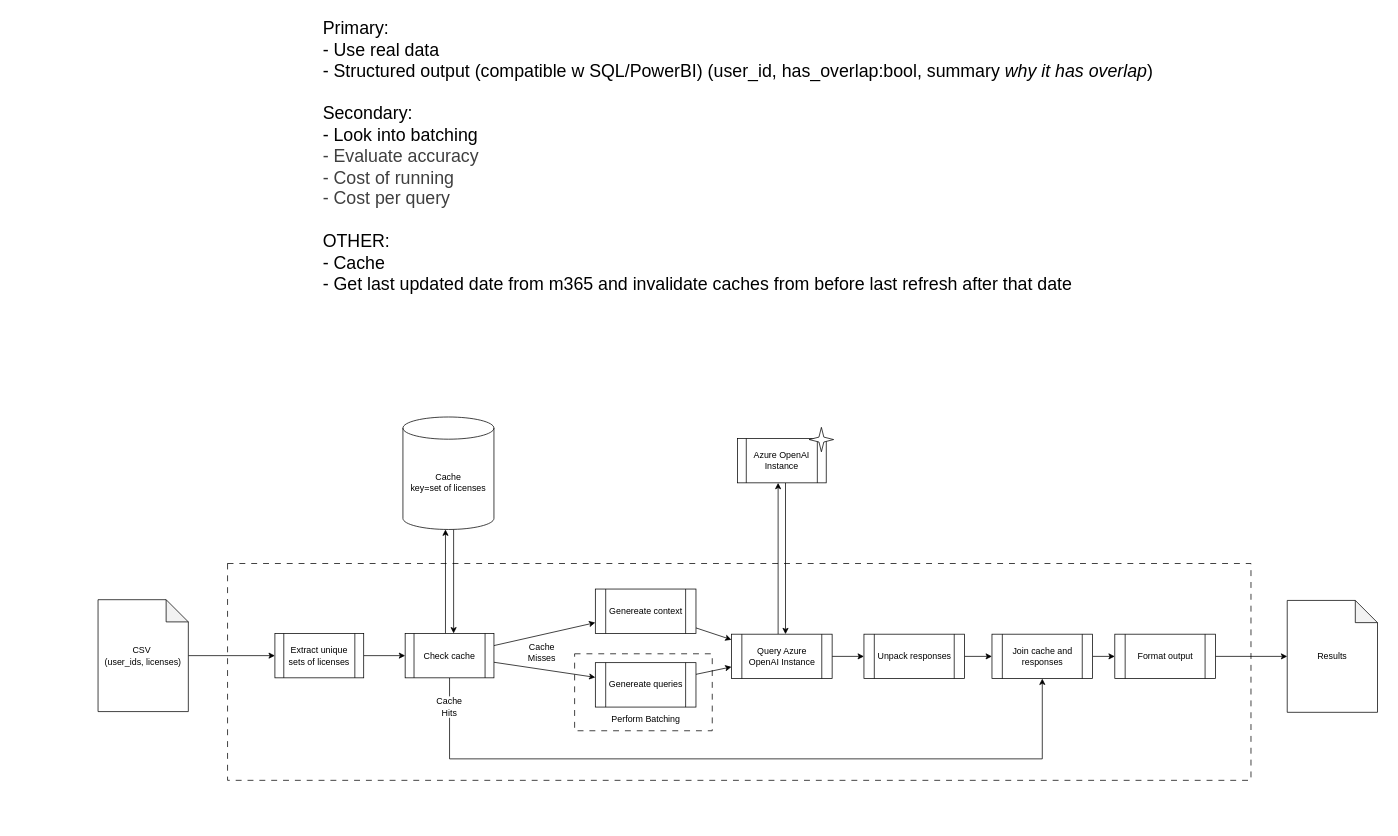
Earlier version of the draw.io diagram v5/architecture.drawio (isaakchoi/m365-license-optimiser). Source tidied: cells renumbered, new cells numbered last; positions are measured from the earlier drawing's top-left corner, leaving out a move shared by most shapes. Both pictures are drawn from the tidied source at 74%, with x=0, y=0 at pixel (98, 13).
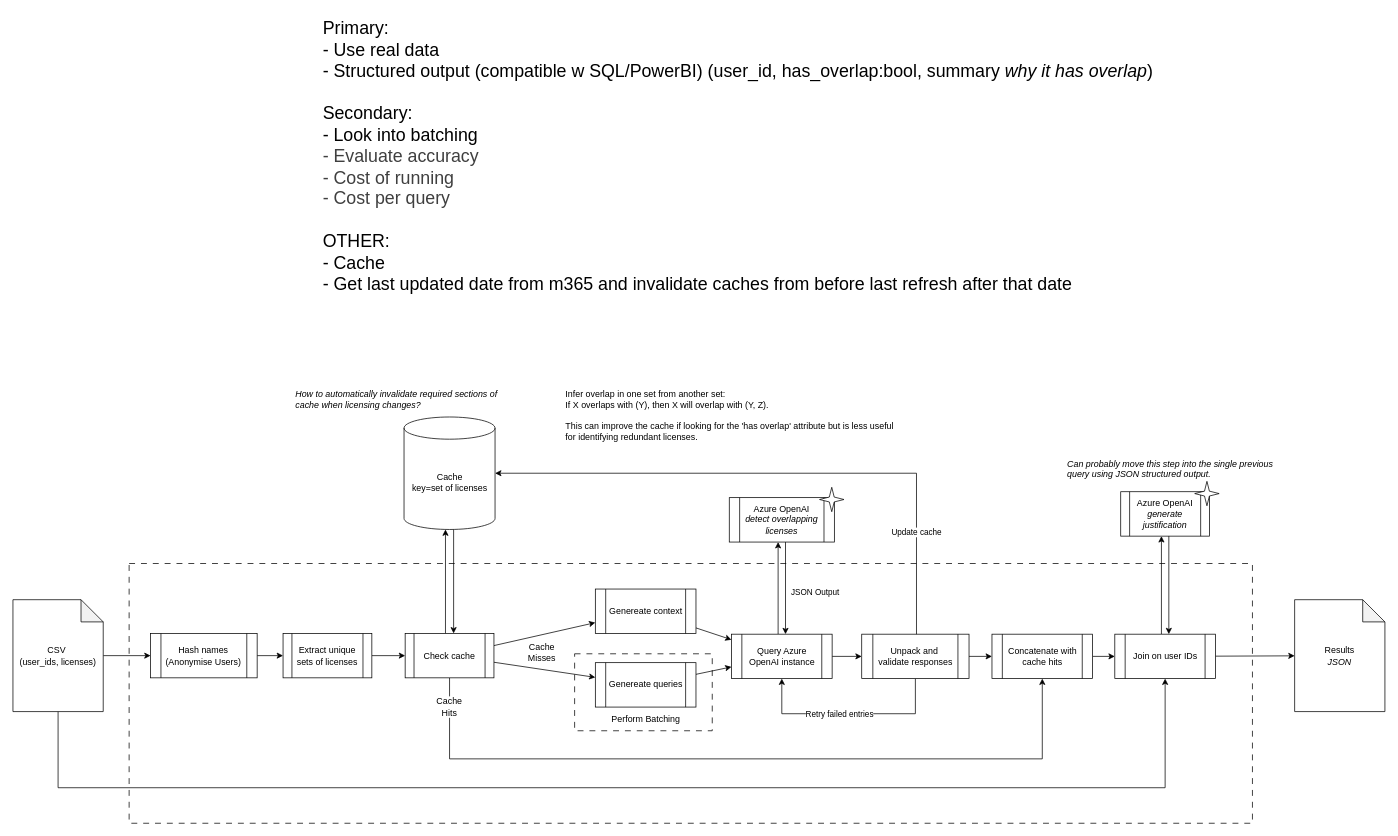
The same page after the edit.

Commit message (it also covers changes not shown here):
Update architecture + logging

What changed in the source:
```diff
@@
     <mxCell id="2" style="rounded=0;whiteSpace=wrap;html=1;dashed=1;dashPattern=8 8;" parent="1" vertex="1">
-      <mxGeometry x="175" y="744" width="1383" height="293" as="geometry" />
+      <mxGeometry x="42" y="744" width="1518" height="351" as="geometry" />
     </mxCell>
@@
-    <mxCell id="5" style="edgeStyle=none;html=1;" parent="1" edge="1" source="6" target="8">
-      <mxGeometry relative="1" as="geometry" />
-    </mxCell>
+    <mxCell id="36" style="edgeStyle=orthogonalEdgeStyle;html=1;entryX=0.5;entryY=1;entryDx=0;entryDy=0;rounded=0;curved=0;" parent="1" edge="1" source="6" target="34">
+      <mxGeometry relative="1" as="geometry">
+        <Array as="points">
+          <mxPoint x="-54" y="1047" />
+          <mxPoint x="1442" y="1047" />
+        </Array>
+      </mxGeometry>
+    </mxCell>
+    <mxCell id="37" style="edgeStyle=none;html=1;" parent="1" edge="1" source="6" target="52">
+      <mxGeometry relative="1" as="geometry" />
+    </mxCell>
     <mxCell id="6" value="CSV&amp;nbsp;&lt;div&gt;(user_ids, licenses)&lt;/div&gt;" style="shape=note;whiteSpace=wrap;html=1;backgroundOutline=1;darkOpacity=0.05;" parent="1" vertex="1">
-      <mxGeometry y="792.9" width="122" height="151.2" as="geometry" />
+      <mxGeometry x="-115" y="792.9" width="122" height="151.2" as="geometry" />
     </mxCell>
@@
     <mxCell id="8" value="Extract unique sets of licenses" style="shape=process;whiteSpace=wrap;html=1;backgroundOutline=1;" parent="1" vertex="1">
-      <mxGeometry x="239" y="838.5" width="120" height="60" as="geometry" />
+      <mxGeometry x="250" y="838.5" width="120" height="60" as="geometry" />
     </mxCell>
@@
     <mxCell id="10" value="Cache&lt;br&gt;key=set of licenses" style="shape=cylinder3;whiteSpace=wrap;html=1;boundedLbl=1;backgroundOutline=1;size=15;" parent="1" vertex="1">
-      <mxGeometry x="412" y="546" width="123" height="152" as="geometry" />
+      <mxGeometry x="413.5" y="546" width="123" height="152" as="geometry" />
     </mxCell>
@@
-    <mxCell id="14" style="edgeStyle=none;html=1;" parent="1" edge="1">
-      <mxGeometry relative="1" as="geometry">
-        <mxPoint x="919" y="839.5" as="sourcePoint" />
-        <mxPoint x="919" y="635" as="targetPoint" />
-      </mxGeometry>
-    </mxCell>
@@
+    <mxCell id="38" style="edgeStyle=none;html=1;entryX=0.5;entryY=1;entryDx=0;entryDy=0;" parent="1" edge="1">
+      <mxGeometry relative="1" as="geometry">
+        <mxPoint x="919" y="839.5" as="sourcePoint" />
+        <mxPoint x="919" y="715" as="targetPoint" />
+      </mxGeometry>
+    </mxCell>
-    <mxCell id="16" value="Query Azure OpenAI Instance" style="shape=process;whiteSpace=wrap;html=1;backgroundOutline=1;" parent="1" vertex="1">
+    <mxCell id="16" value="Query Azure OpenAI instance" style="shape=process;whiteSpace=wrap;html=1;backgroundOutline=1;" parent="1" vertex="1">
       <mxGeometry x="856" y="839.5" width="136" height="60" as="geometry" />
     </mxCell>
-    <mxCell id="17" style="edgeStyle=none;html=1;" parent="1" edge="1">
-      <mxGeometry relative="1" as="geometry">
-        <mxPoint x="929" y="635" as="sourcePoint" />
-        <mxPoint x="929" y="839.5" as="targetPoint" />
-      </mxGeometry>
-    </mxCell>
-    <mxCell id="18" value="Azure OpenAI Instance" style="shape=process;whiteSpace=wrap;html=1;backgroundOutline=1;" parent="1" vertex="1">
-      <mxGeometry x="864" y="575" width="120" height="60" as="geometry" />
-    </mxCell>
+    <mxCell id="39" style="edgeStyle=none;html=1;" parent="1" edge="1">
+      <mxGeometry relative="1" as="geometry">
+        <mxPoint x="929" y="715" as="sourcePoint" />
+        <mxPoint x="929" y="839.5" as="targetPoint" />
+      </mxGeometry>
+    </mxCell>
@@
-    <mxCell id="21" style="verticalLabelPosition=bottom;verticalAlign=top;html=1;shape=mxgraph.basic.4_point_star_2;dx=0.8;" parent="1" vertex="1">
-      <mxGeometry x="961" y="560" width="33" height="33" as="geometry" />
-    </mxCell>
@@
+    <mxCell id="40" style="edgeStyle=orthogonalEdgeStyle;html=1;rounded=0;" parent="1" edge="1" source="23" target="16">
+      <mxGeometry relative="1" as="geometry">
+        <Array as="points">
+          <mxPoint x="1105" y="947" />
+          <mxPoint x="924" y="947" />
+        </Array>
+      </mxGeometry>
+    </mxCell>
+    <mxCell id="41" value="Retry failed entries" style="edgeLabel;html=1;align=center;verticalAlign=middle;" parent="40" vertex="1">
+      <mxGeometry x="0.09" relative="1" as="geometry">
+        <mxPoint x="-1" as="offset" />
+      </mxGeometry>
+    </mxCell>
-    <mxCell id="23" value="Unpack responses" style="shape=process;whiteSpace=wrap;html=1;backgroundOutline=1;" parent="1" vertex="1">
-      <mxGeometry x="1035" y="839.5" width="136" height="60" as="geometry" />
+    <mxCell id="23" value="Unpack and&amp;nbsp;&lt;div&gt;validate responses&lt;/div&gt;" style="shape=process;whiteSpace=wrap;html=1;backgroundOutline=1;" parent="1" vertex="1">
+      <mxGeometry x="1032" y="839.5" width="145" height="60" as="geometry" />
     </mxCell>
@@
-    <mxCell id="30" value="Join cache and responses" style="shape=process;whiteSpace=wrap;html=1;backgroundOutline=1;" parent="1" vertex="1">
+    <mxCell id="30" value="Concatenate with cache hits" style="shape=process;whiteSpace=wrap;html=1;backgroundOutline=1;" parent="1" vertex="1">
       <mxGeometry x="1208" y="839.5" width="136" height="60" as="geometry" />
     </mxCell>
@@
+    <mxCell id="42" style="edgeStyle=none;html=1;" parent="1" edge="1">
+      <mxGeometry relative="1" as="geometry">
+        <mxPoint x="1437" y="839.5" as="sourcePoint" />
+        <mxPoint x="1437" y="707" as="targetPoint" />
+      </mxGeometry>
+    </mxCell>
@@
-    <mxCell id="34" value="Format output" style="shape=process;whiteSpace=wrap;html=1;backgroundOutline=1;" parent="1" vertex="1">
+    <mxCell id="34" value="Join on user IDs" style="shape=process;whiteSpace=wrap;html=1;backgroundOutline=1;" parent="1" vertex="1">
       <mxGeometry x="1374" y="839.5" width="136" height="60" as="geometry" />
     </mxCell>
-    <mxCell id="35" value="Results" style="shape=note;whiteSpace=wrap;html=1;backgroundOutline=1;darkOpacity=0.05;" parent="1" vertex="1">
-      <mxGeometry x="1607" y="793.9" width="122" height="151.2" as="geometry" />
+    <mxCell id="35" value="Results&lt;div&gt;&lt;i&gt;JSON&lt;/i&gt;&lt;/div&gt;" style="shape=note;whiteSpace=wrap;html=1;backgroundOutline=1;darkOpacity=0.05;" parent="1" vertex="1">
+      <mxGeometry x="1617" y="792.9" width="122" height="151.2" as="geometry" />
     </mxCell>
+    <mxCell id="43" style="edgeStyle=orthogonalEdgeStyle;html=1;entryX=1;entryY=0.5;entryDx=0;entryDy=0;entryPerimeter=0;rounded=0;" parent="1" edge="1" source="23" target="10">
+      <mxGeometry relative="1" as="geometry">
+        <Array as="points">
+          <mxPoint x="1106" y="622" />
+        </Array>
+      </mxGeometry>
+    </mxCell>
+    <mxCell id="44" value="Update cache" style="edgeLabel;html=1;align=center;verticalAlign=middle;" parent="43" vertex="1">
+      <mxGeometry x="-0.65" y="1" relative="1" as="geometry" />
+    </mxCell>
+    <mxCell id="45" style="group;" parent="1" vertex="1">
+      <mxGeometry x="1382" y="633" width="133" height="74" as="geometry" />
+    </mxCell>
+    <mxCell id="46" value="Azure OpenAI&lt;div&gt;&lt;i&gt;generate justification&lt;/i&gt;&lt;/div&gt;" style="shape=process;whiteSpace=wrap;html=1;backgroundOutline=1;" parent="45" vertex="1">
+      <mxGeometry y="14" width="120" height="60" as="geometry" />
+    </mxCell>
+    <mxCell id="47" style="verticalLabelPosition=bottom;verticalAlign=top;html=1;shape=mxgraph.basic.4_point_star_2;dx=0.8;" parent="45" vertex="1">
+      <mxGeometry x="100" width="33" height="33" as="geometry" />
+    </mxCell>
+    <mxCell id="48" style="group;" parent="1" vertex="1">
+      <mxGeometry x="875" y="641" width="133" height="74" as="geometry" />
+    </mxCell>
+    <mxCell id="18" value="Azure OpenAI&lt;div&gt;&lt;i&gt;detect overlapping licenses&lt;/i&gt;&lt;/div&gt;" style="shape=process;whiteSpace=wrap;html=1;backgroundOutline=1;" parent="48" vertex="1">
+      <mxGeometry x="-22" y="14" width="142" height="60" as="geometry" />
+    </mxCell>
+    <mxCell id="21" style="verticalLabelPosition=bottom;verticalAlign=top;html=1;shape=mxgraph.basic.4_point_star_2;dx=0.8;" parent="48" vertex="1">
+      <mxGeometry x="100" width="33" height="33" as="geometry" />
+    </mxCell>
+    <mxCell id="49" style="edgeStyle=none;html=1;" parent="1" edge="1">
+      <mxGeometry relative="1" as="geometry">
+        <mxPoint x="1447" y="707" as="sourcePoint" />
+        <mxPoint x="1447" y="839.5" as="targetPoint" />
+      </mxGeometry>
+    </mxCell>
+    <mxCell id="50" value="&lt;span style=&quot;font-style: normal;&quot;&gt;&lt;font&gt;Infer overlap in one set from another set:&lt;/font&gt;&lt;/span&gt;&lt;div&gt;&lt;span style=&quot;font-style: normal;&quot;&gt;If X overlaps with (Y), then X will overlap with (Y, Z).&lt;/span&gt;&lt;/div&gt;&lt;div&gt;&lt;span style=&quot;font-style: normal;&quot;&gt;&lt;br&gt;&lt;/span&gt;&lt;/div&gt;&lt;div&gt;&lt;span style=&quot;font-style: normal;&quot;&gt;This can improve the cache if looking for the 'has overlap' attribute but is less useful for identifying redundant licenses.&lt;/span&gt;&lt;/div&gt;" style="text;html=1;align=left;verticalAlign=top;whiteSpace=wrap;rounded=0;fontStyle=2;" parent="1" vertex="1">
+      <mxGeometry x="630" y="502" width="459" height="85" as="geometry" />
+    </mxCell>
+    <mxCell id="51" style="edgeStyle=none;html=1;" parent="1" edge="1" source="52" target="8">
+      <mxGeometry relative="1" as="geometry" />
+    </mxCell>
+    <mxCell id="52" value="Hash names (Anonymise Users)" style="shape=process;whiteSpace=wrap;html=1;backgroundOutline=1;" parent="1" vertex="1">
+      <mxGeometry x="71" y="838.5" width="144" height="60" as="geometry" />
+    </mxCell>
+    <mxCell id="53" value="&lt;span style=&quot;&quot;&gt;&lt;font&gt;&lt;i&gt;How to automatically invalidate required sections of cache when licensing changes?&lt;/i&gt;&lt;/font&gt;&lt;/span&gt;" style="text;html=1;align=left;verticalAlign=top;whiteSpace=wrap;rounded=0;fontStyle=0;" parent="1" vertex="1">
+      <mxGeometry x="265" y="502" width="302" height="74" as="geometry" />
+    </mxCell>
+    <mxCell id="54" value="&lt;span style=&quot;&quot;&gt;&lt;font&gt;&lt;i&gt;Can probably move this step into the single previous query using JSON structured output.&lt;/i&gt;&lt;/font&gt;&lt;/span&gt;" style="text;html=1;align=left;verticalAlign=top;whiteSpace=wrap;rounded=0;fontStyle=0;" parent="1" vertex="1">
+      <mxGeometry x="1308" y="596" width="302" height="74" as="geometry" />
+    </mxCell>
+    <mxCell id="55" value="&lt;span style=&quot;color: rgb(0, 0, 0); font-size: 11px;&quot;&gt;JSON Output&lt;/span&gt;" style="text;html=1;align=center;verticalAlign=middle;strokeColor=none;fillColor=none;" parent="1" vertex="1">
+      <mxGeometry x="927" y="769.9" width="83" height="26" as="geometry" />
+    </mxCell>
```
